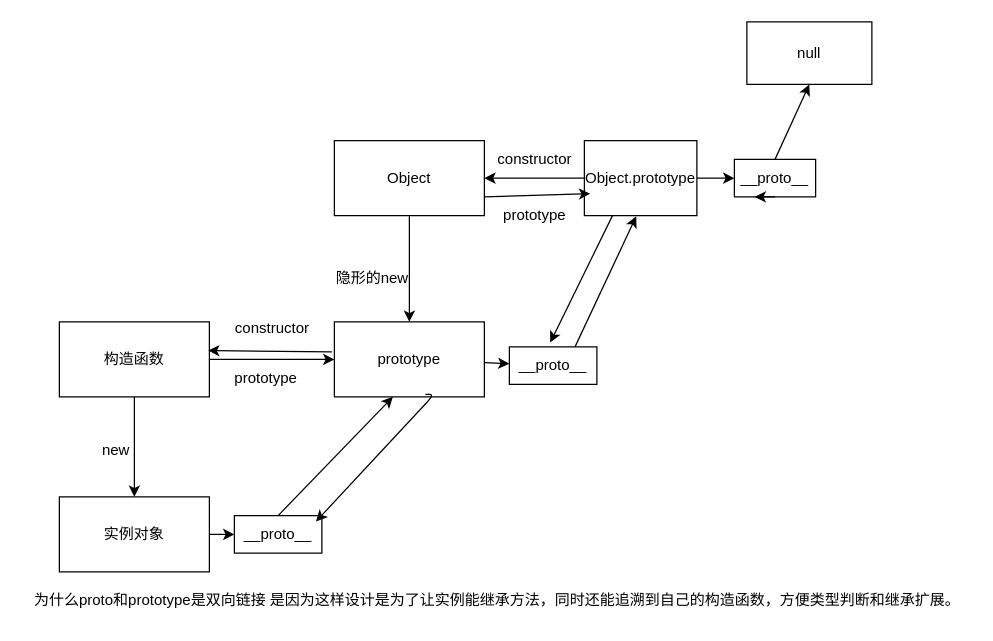
lenler/web-- keeps this draw.io diagram as 后盾人JS进阶/11js的原型和继承/05原型链.dio. Above is the earlier version. Source tidied: cells renumbered, new cells numbered last; positions are measured from the earlier drawing's top-left corner, leaving out a move shared by most shapes. Both pictures are drawn from the tidied source at 125%, with x=0, y=0 at pixel (21, 21).
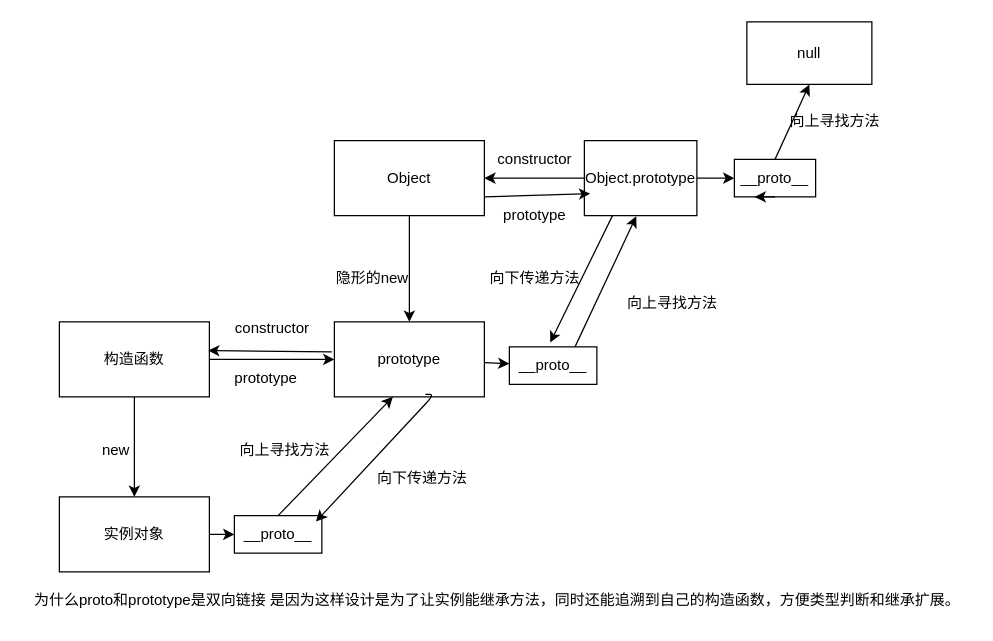
After the change.

Change to the diagram source:
```diff
@@
+    <mxCell id="33" value="向上寻找方法" style="text;html=1;align=center;verticalAlign=middle;strokeColor=none;fillColor=none;" parent="1" vertex="1">
+      <mxGeometry x="160" y="328" width="100" height="30" as="geometry" />
+    </mxCell>
+    <mxCell id="34" value="向下传递方法" style="text;html=1;align=center;verticalAlign=middle;strokeColor=none;fillColor=none;" parent="1" vertex="1">
+      <mxGeometry x="270" y="350" width="100" height="30" as="geometry" />
+    </mxCell>
+    <mxCell id="35" value="向上寻找方法" style="text;html=1;align=center;verticalAlign=middle;strokeColor=none;fillColor=none;" parent="1" vertex="1">
+      <mxGeometry x="470" y="210" width="100" height="30" as="geometry" />
+    </mxCell>
+    <mxCell id="36" value="向下传递方法" style="text;html=1;align=center;verticalAlign=middle;strokeColor=none;fillColor=none;" parent="1" vertex="1">
+      <mxGeometry x="360" y="190" width="100" height="30" as="geometry" />
+    </mxCell>
+    <mxCell id="37" value="向上寻找方法" style="text;html=1;align=center;verticalAlign=middle;strokeColor=none;fillColor=none;" parent="1" vertex="1">
+      <mxGeometry x="600" y="65" width="100" height="30" as="geometry" />
+    </mxCell>
```
